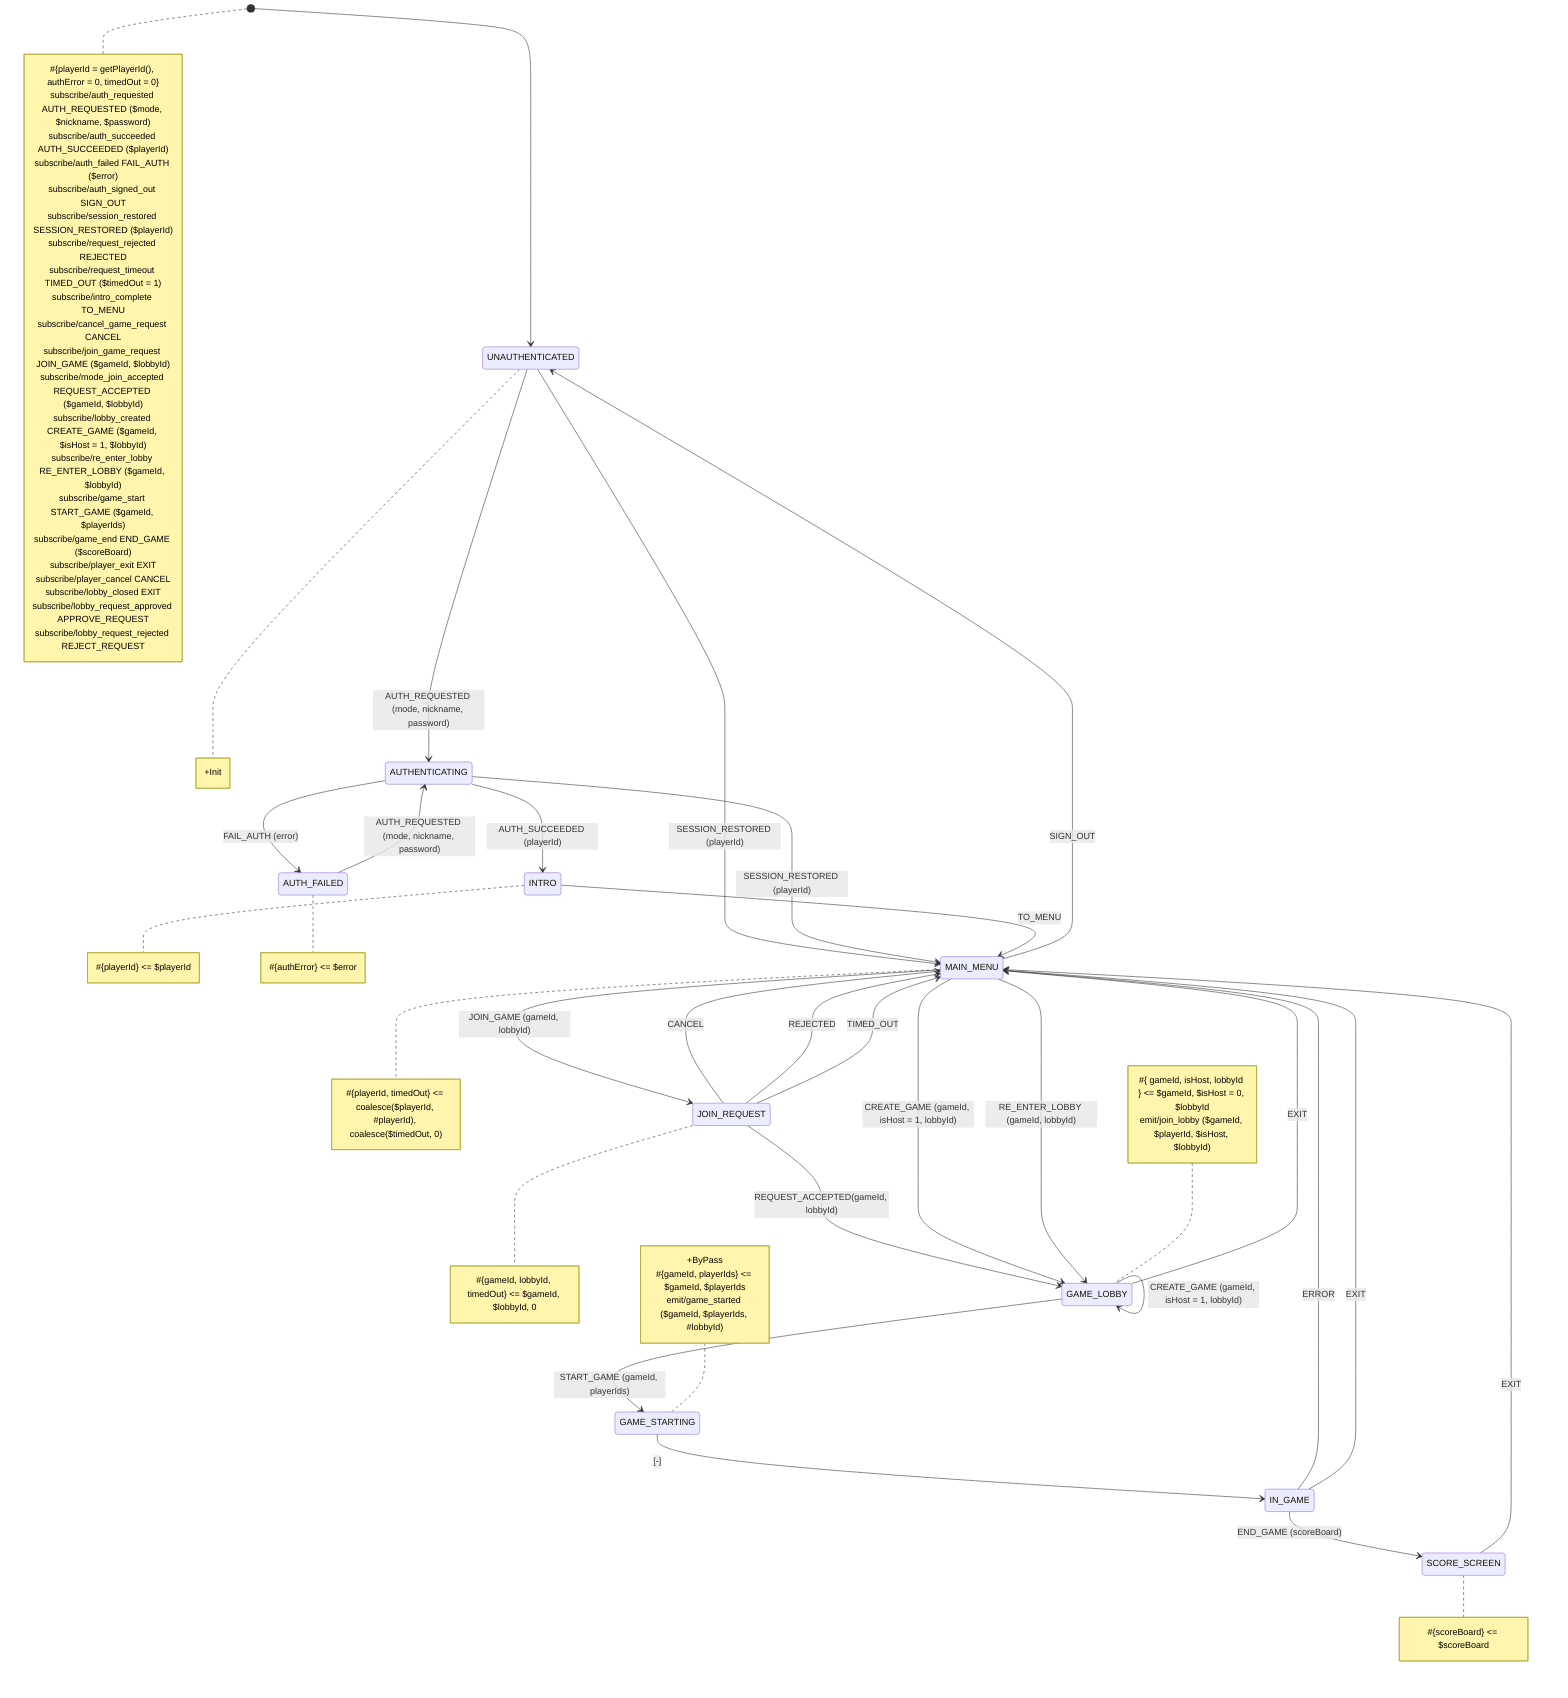
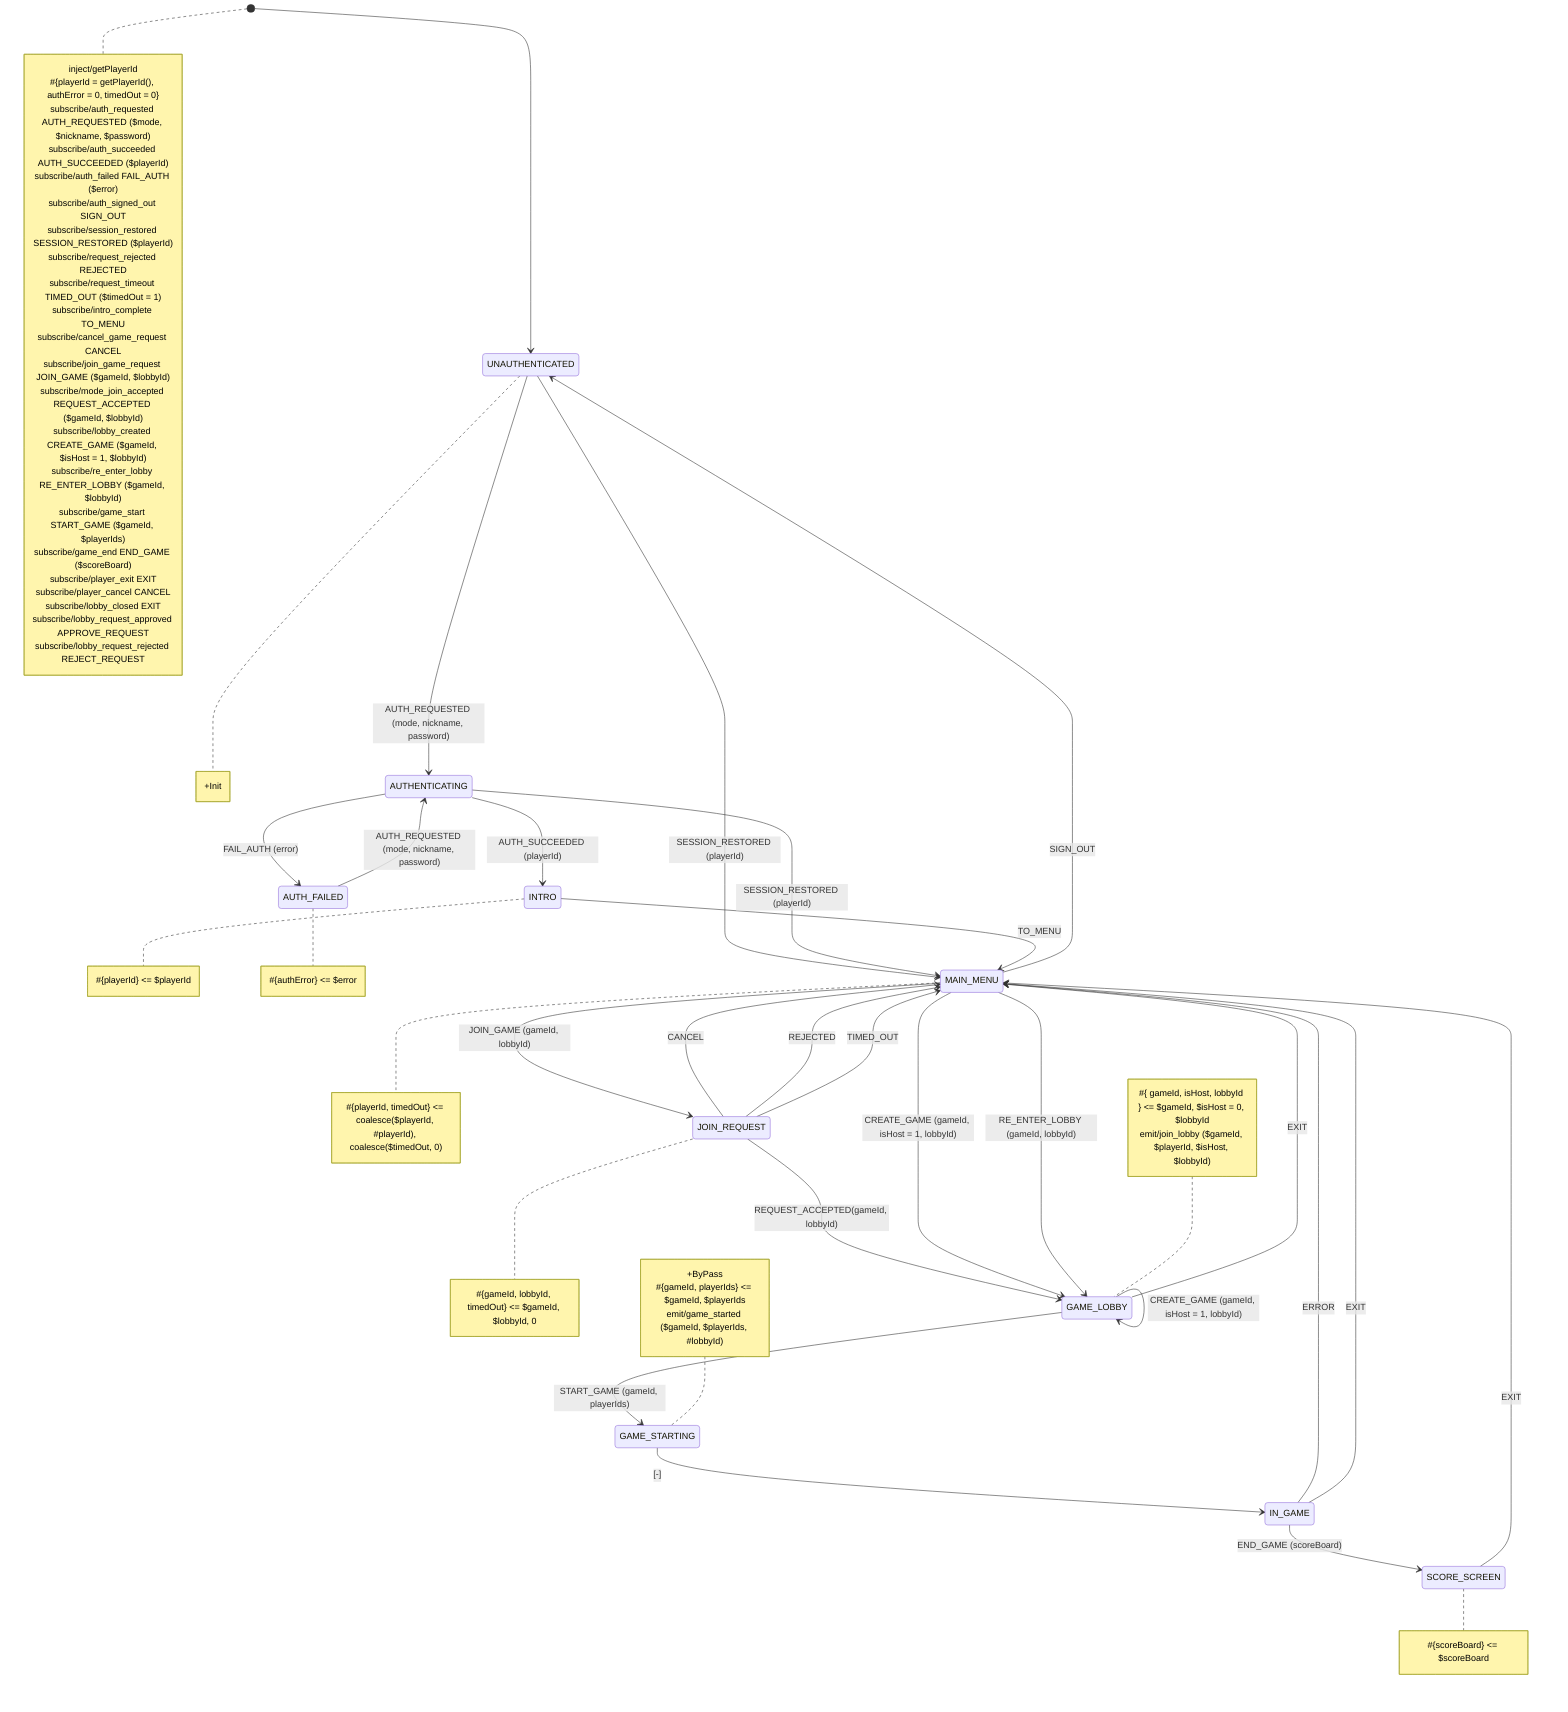
stateDiagram-v2
    [*] --> UNAUTHENTICATED
    UNAUTHENTICATED --> AUTHENTICATING: AUTH_REQUESTED (mode, nickname, password)
    AUTH_FAILED --> AUTHENTICATING: AUTH_REQUESTED (mode, nickname, password)
    AUTHENTICATING --> INTRO: AUTH_SUCCEEDED (playerId)
    AUTHENTICATING --> AUTH_FAILED: FAIL_AUTH (error)
    UNAUTHENTICATED --> MAIN_MENU: SESSION_RESTORED (playerId)
    AUTHENTICATING --> MAIN_MENU: SESSION_RESTORED (playerId)
    INTRO --> MAIN_MENU: TO_MENU
    MAIN_MENU --> UNAUTHENTICATED: SIGN_OUT
    GAME_LOBBY --> MAIN_MENU: EXIT
    MAIN_MENU --> JOIN_REQUEST: JOIN_GAME (gameId, lobbyId)
    JOIN_REQUEST --> MAIN_MENU: CANCEL
    JOIN_REQUEST --> MAIN_MENU: REJECTED
    JOIN_REQUEST --> MAIN_MENU: TIMED_OUT
    JOIN_REQUEST --> GAME_LOBBY: REQUEST_ACCEPTED(gameId, lobbyId)
    MAIN_MENU --> GAME_LOBBY: CREATE_GAME (gameId, isHost = 1, lobbyId)
    MAIN_MENU --> GAME_LOBBY: RE_ENTER_LOBBY (gameId, lobbyId)
    GAME_LOBBY --> GAME_STARTING: START_GAME (gameId, playerIds)
    GAME_LOBBY --> GAME_LOBBY: APPROVE_REQUEST
    GAME_LOBBY --> GAME_LOBBY: REJECT_REQUEST
    GAME_LOBBY --> GAME_LOBBY: CREATE_GAME (gameId, isHost = 1, lobbyId)
    GAME_STARTING --> IN_GAME: [-]
    IN_GAME --> SCORE_SCREEN: END_GAME (scoreBoard)
    IN_GAME --> MAIN_MENU: ERROR
    IN_GAME --> MAIN_MENU: EXIT
    SCORE_SCREEN --> MAIN_MENU: EXIT

note right of UNAUTHENTICATED
+Init
end note

note right of [*]
+ inject/getPlayerId
#{playerId = getPlayerId(), authError = 0, timedOut = 0}
subscribe/auth_requested AUTH_REQUESTED ($mode, $nickname, $password)
subscribe/auth_succeeded AUTH_SUCCEEDED ($playerId)
subscribe/auth_failed FAIL_AUTH ($error)
subscribe/auth_signed_out SIGN_OUT
subscribe/session_restored SESSION_RESTORED ($playerId)
subscribe/request_rejected REJECTED
subscribe/request_timeout TIMED_OUT ($timedOut = 1)
subscribe/intro_complete TO_MENU
subscribe/cancel_game_request CANCEL
subscribe/join_game_request JOIN_GAME ($gameId, $lobbyId)
subscribe/mode_join_accepted REQUEST_ACCEPTED ($gameId, $lobbyId)
subscribe/lobby_created CREATE_GAME ($gameId, $isHost = 1, $lobbyId)
subscribe/re_enter_lobby RE_ENTER_LOBBY ($gameId, $lobbyId)
subscribe/game_start START_GAME ($gameId, $playerIds)
subscribe/game_end END_GAME ($scoreBoard)
subscribe/player_exit EXIT
subscribe/player_cancel CANCEL
subscribe/lobby_closed EXIT
subscribe/lobby_request_approved APPROVE_REQUEST
subscribe/lobby_request_rejected REJECT_REQUEST
end note

note right of INTRO
#{playerId} <= $playerId
end note

note right of AUTH_FAILED
#{authError} <= $error
end note

note right of MAIN_MENU
#{playerId, timedOut} <= coalesce($playerId, #playerId), coalesce($timedOut, 0)
end note

note left of GAME_LOBBY
#{ gameId, isHost, lobbyId } <= $gameId, $isHost = 0, $lobbyId
emit/join_lobby ($gameId, $playerId, $isHost, $lobbyId)
end note

note right of JOIN_REQUEST
#{gameId, lobbyId, timedOut} <= $gameId, $lobbyId, 0
end note

note left of GAME_STARTING
+ByPass
#{gameId, playerIds} <= $gameId, $playerIds
emit/game_started ($gameId, $playerIds, #lobbyId)
end note

note right of SCORE_SCREEN
#{scoreBoard} <= $scoreBoard
end note
